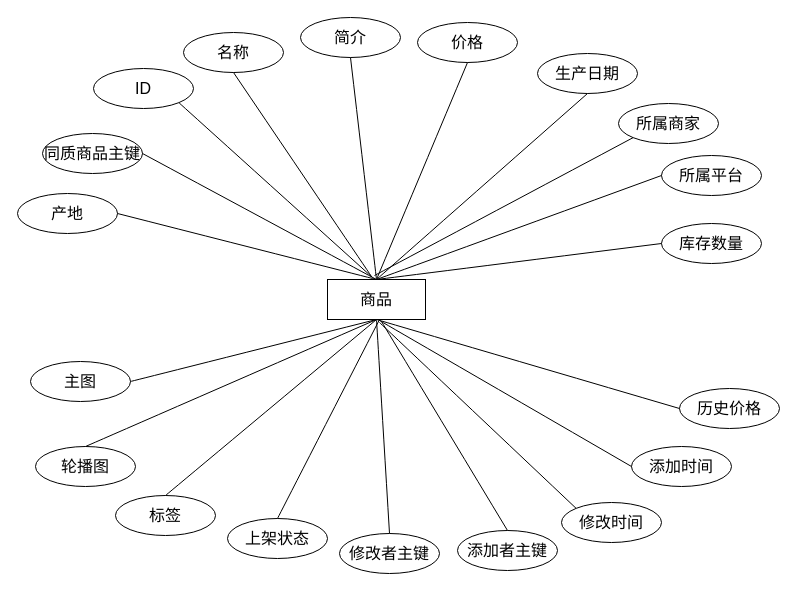
Earlier version of the draw.io diagram page "商品" (2 of 12) of Untitled Diagram.drawio (ChingWangk/db-pj). Source tidied: cells renumbered, new cells numbered last; positions are measured from the earlier drawing's top-left corner, leaving out a move shared by most shapes. Both pictures are drawn from the tidied source at 100%, with x=0, y=0 at pixel (17, 17).
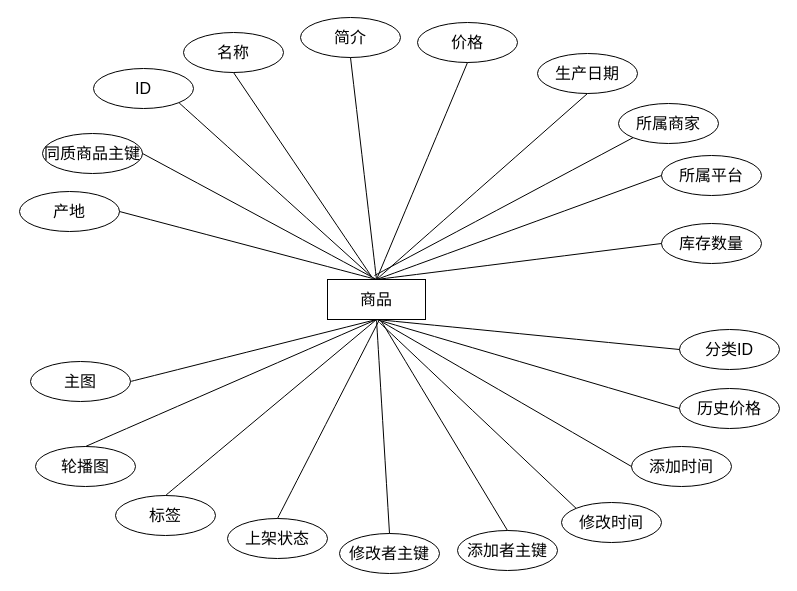
Above is the later version.

Unchanged cells that the change refers to:
```xml
<mxCell id="2" value="商品" style="rounded=1;arcSize=0;whiteSpace=wrap;html=1;align=center;fontSize=16;" parent="1" vertex="1">
  <mxGeometry x="310" y="262" width="98" height="40" as="geometry" />
</mxCell>
```

Change to the diagram source:
```diff
@@
     <mxCell id="24" value="产地" style="ellipse;whiteSpace=wrap;html=1;align=center;fontSize=16;" parent="1" vertex="1">
-      <mxGeometry y="176" width="100" height="40" as="geometry" />
+      <mxGeometry x="2" y="174" width="100" height="40" as="geometry" />
     </mxCell>
@@
+    <mxCell id="41" value="分类ID" style="ellipse;whiteSpace=wrap;html=1;align=center;fontSize=16;" parent="1" vertex="1">
+      <mxGeometry x="662" y="312" width="100" height="40" as="geometry" />
+    </mxCell>
+    <mxCell id="42" style="endArrow=none;html=1;rounded=0;fontSize=12;startSize=8;endSize=8;curved=1;entryX=0;entryY=0.5;entryDx=0;entryDy=0;exitX=0.5;exitY=1;exitDx=0;exitDy=0;" parent="1" edge="1" source="2" target="41">
+      <mxGeometry relative="1" as="geometry" />
+    </mxCell>
```
